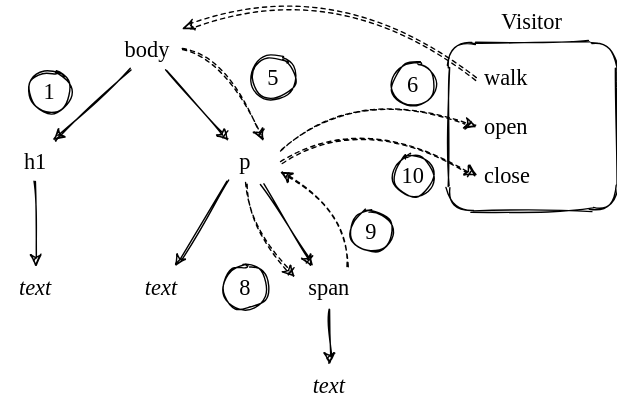
Earlier version of the draw.io export en/docs/page-templates/visitor.svg (gvwilson/sdxjs). Source tidied: cells renumbered, new cells last; positions are measured from the earlier drawing's top-left corner, leaving out a move shared by most shapes. Its diagram source:
```xml
<mxGraphModel>
  <root>
    <mxCell id="0" />
    <mxCell id="1" parent="0" />
    <mxCell id="2" value="body" style="text;html=1;strokeColor=none;fillColor=none;align=center;verticalAlign=middle;whiteSpace=wrap;rounded=0;sketch=1;fontFamily=Comic Sans MS;fontSize=16;" parent="1" vertex="1">
      <mxGeometry x="80" y="40" width="50" height="30" as="geometry" />
    </mxCell>
    <mxCell id="3" value="h1" style="text;html=1;strokeColor=none;fillColor=none;align=center;verticalAlign=middle;whiteSpace=wrap;rounded=0;sketch=1;fontFamily=Comic Sans MS;fontSize=16;" parent="1" vertex="1">
      <mxGeometry y="120" width="50" height="30" as="geometry" />
    </mxCell>
    <mxCell id="4" value="p" style="text;html=1;strokeColor=none;fillColor=none;align=center;verticalAlign=middle;whiteSpace=wrap;rounded=0;sketch=1;fontFamily=Comic Sans MS;fontSize=16;" parent="1" vertex="1">
      <mxGeometry x="150" y="120" width="50" height="30" as="geometry" />
    </mxCell>
    <mxCell id="5" value="&lt;i&gt;text&lt;/i&gt;" style="text;html=1;strokeColor=none;fillColor=none;align=center;verticalAlign=middle;whiteSpace=wrap;rounded=0;sketch=1;fontFamily=Comic Sans MS;fontSize=16;" parent="1" vertex="1">
      <mxGeometry x="90" y="210" width="50" height="30" as="geometry" />
    </mxCell>
    <mxCell id="6" value="&lt;i&gt;text&lt;/i&gt;" style="text;html=1;strokeColor=none;fillColor=none;align=center;verticalAlign=middle;whiteSpace=wrap;rounded=0;sketch=1;fontFamily=Comic Sans MS;fontSize=16;" parent="1" vertex="1">
      <mxGeometry y="210" width="50" height="30" as="geometry" />
    </mxCell>
    <mxCell id="7" value="span" style="text;html=1;strokeColor=none;fillColor=none;align=center;verticalAlign=middle;whiteSpace=wrap;rounded=0;sketch=1;fontFamily=Comic Sans MS;fontSize=16;" parent="1" vertex="1">
      <mxGeometry x="210" y="210" width="50" height="30" as="geometry" />
    </mxCell>
    <mxCell id="8" value="&lt;i&gt;text&lt;/i&gt;" style="text;html=1;strokeColor=none;fillColor=none;align=center;verticalAlign=middle;whiteSpace=wrap;rounded=0;sketch=1;fontFamily=Comic Sans MS;fontSize=16;" parent="1" vertex="1">
      <mxGeometry x="210" y="280" width="50" height="30" as="geometry" />
    </mxCell>
    <mxCell id="9" style="endArrow=classic;html=1;fontFamily=Comic Sans MS;fontSize=16;exitX=0.25;exitY=1;exitDx=0;exitDy=0;entryX=0.75;entryY=0;entryDx=0;entryDy=0;sketch=1;" parent="1" edge="1" source="2" target="3">
      <mxGeometry relative="1" as="geometry" />
    </mxCell>
    <mxCell id="10" style="endArrow=classic;html=1;fontFamily=Comic Sans MS;fontSize=16;exitX=0.75;exitY=1;exitDx=0;exitDy=0;entryX=0.25;entryY=0;entryDx=0;entryDy=0;sketch=1;" parent="1" edge="1" source="2" target="4">
      <mxGeometry relative="1" as="geometry" />
    </mxCell>
    <mxCell id="11" style="endArrow=classic;html=1;fontFamily=Comic Sans MS;fontSize=16;exitX=0.5;exitY=1;exitDx=0;exitDy=0;sketch=1;" parent="1" edge="1" source="3" target="6">
      <mxGeometry relative="1" as="geometry" />
    </mxCell>
    <mxCell id="12" style="endArrow=classic;html=1;fontFamily=Comic Sans MS;fontSize=16;exitX=0.25;exitY=1;exitDx=0;exitDy=0;sketch=1;" parent="1" edge="1" source="4" target="5">
      <mxGeometry relative="1" as="geometry" />
    </mxCell>
    <mxCell id="13" style="endArrow=classic;html=1;fontFamily=Comic Sans MS;fontSize=16;exitX=0.75;exitY=1;exitDx=0;exitDy=0;entryX=0.25;entryY=0;entryDx=0;entryDy=0;sketch=1;" parent="1" edge="1" source="4" target="7">
      <mxGeometry relative="1" as="geometry" />
    </mxCell>
    <mxCell id="14" style="endArrow=classic;html=1;fontFamily=Comic Sans MS;fontSize=16;entryX=0.5;entryY=0;entryDx=0;entryDy=0;sketch=1;exitX=0.5;exitY=1;exitDx=0;exitDy=0;" parent="1" edge="1" source="7" target="8">
      <mxGeometry relative="1" as="geometry" />
    </mxCell>
    <mxCell id="15" style="rounded=1;whiteSpace=wrap;html=1;sketch=1;fillColor=none;fontFamily=Comic Sans MS;fontSize=16;align=left;" parent="1" vertex="1">
      <mxGeometry x="320" y="50" width="120" height="120" as="geometry" />
    </mxCell>
    <mxCell id="16" value="Visitor" style="text;html=1;strokeColor=none;fillColor=none;align=center;verticalAlign=middle;whiteSpace=wrap;rounded=0;sketch=1;fontFamily=Comic Sans MS;fontSize=16;" parent="1" vertex="1">
      <mxGeometry x="355" y="20" width="50" height="30" as="geometry" />
    </mxCell>
    <mxCell id="17" value="walk" style="text;html=1;strokeColor=none;fillColor=none;align=left;verticalAlign=middle;whiteSpace=wrap;rounded=0;sketch=1;fontFamily=Comic Sans MS;fontSize=16;spacingLeft=4;" parent="1" vertex="1">
      <mxGeometry x="340" y="60" width="50" height="30" as="geometry" />
    </mxCell>
    <mxCell id="18" value="open" style="text;html=1;strokeColor=none;fillColor=none;align=left;verticalAlign=middle;whiteSpace=wrap;rounded=0;sketch=1;fontFamily=Comic Sans MS;fontSize=16;spacingLeft=4;" parent="1" vertex="1">
      <mxGeometry x="340" y="95" width="50" height="30" as="geometry" />
    </mxCell>
    <mxCell id="19" value="close" style="text;html=1;strokeColor=none;fillColor=none;align=left;verticalAlign=middle;whiteSpace=wrap;rounded=0;sketch=1;fontFamily=Comic Sans MS;fontSize=16;spacingLeft=4;" parent="1" vertex="1">
      <mxGeometry x="340" y="130" width="50" height="30" as="geometry" />
    </mxCell>
    <mxCell id="20" style="curved=1;endArrow=classic;html=1;fontFamily=Comic Sans MS;fontSize=16;exitX=0;exitY=0.5;exitDx=0;exitDy=0;entryX=1;entryY=0;entryDx=0;entryDy=0;dashed=1;sketch=1;" parent="1" edge="1" source="17" target="2">
      <mxGeometry relative="1" as="geometry">
        <Array as="points">
          <mxPoint x="240" />
        </Array>
      </mxGeometry>
    </mxCell>
    <mxCell id="21" style="curved=1;endArrow=classic;html=1;fontFamily=Comic Sans MS;fontSize=16;exitX=1;exitY=0.5;exitDx=0;exitDy=0;entryX=0.75;entryY=0;entryDx=0;entryDy=0;dashed=1;sketch=1;" parent="1" edge="1" source="2" target="4">
      <mxGeometry relative="1" as="geometry">
        <Array as="points">
          <mxPoint x="160" y="60" />
        </Array>
      </mxGeometry>
    </mxCell>
    <mxCell id="22" style="curved=1;endArrow=classic;html=1;fontFamily=Comic Sans MS;fontSize=16;exitX=0.5;exitY=1;exitDx=0;exitDy=0;dashed=1;sketch=1;entryX=0;entryY=0.25;entryDx=0;entryDy=0;" parent="1" edge="1" source="4" target="7">
      <mxGeometry relative="1" as="geometry">
        <Array as="points">
          <mxPoint x="175" y="180" />
        </Array>
      </mxGeometry>
    </mxCell>
    <mxCell id="23" style="curved=1;endArrow=classic;html=1;fontFamily=Comic Sans MS;fontSize=16;exitX=1;exitY=0.25;exitDx=0;exitDy=0;entryX=0;entryY=0.5;entryDx=0;entryDy=0;dashed=1;sketch=1;" parent="1" edge="1" source="4" target="18">
      <mxGeometry relative="1" as="geometry">
        <Array as="points">
          <mxPoint x="250" y="80" />
        </Array>
      </mxGeometry>
    </mxCell>
    <mxCell id="24" style="curved=1;endArrow=classic;html=1;fontFamily=Comic Sans MS;fontSize=16;exitX=0.75;exitY=0;exitDx=0;exitDy=0;dashed=1;sketch=1;entryX=1;entryY=0.75;entryDx=0;entryDy=0;" parent="1" edge="1" source="7" target="4">
      <mxGeometry relative="1" as="geometry">
        <Array as="points">
          <mxPoint x="250" y="170" />
        </Array>
      </mxGeometry>
    </mxCell>
    <mxCell id="25" style="curved=1;endArrow=classic;html=1;fontFamily=Comic Sans MS;fontSize=16;exitX=1;exitY=0.5;exitDx=0;exitDy=0;entryX=0;entryY=0.5;entryDx=0;entryDy=0;dashed=1;sketch=1;" parent="1" edge="1" source="4" target="19">
      <mxGeometry relative="1" as="geometry">
        <Array as="points">
          <mxPoint x="260" y="100" />
        </Array>
      </mxGeometry>
    </mxCell>
    <mxCell id="26" value="5" style="ellipse;whiteSpace=wrap;html=1;sketch=1;fillColor=none;fontFamily=Comic Sans MS;fontSize=16;align=center;" parent="1" vertex="1">
      <mxGeometry x="180" y="60" width="30" height="30" as="geometry" />
    </mxCell>
    <mxCell id="27" value="6" style="ellipse;whiteSpace=wrap;html=1;sketch=1;fillColor=none;fontFamily=Comic Sans MS;fontSize=16;align=center;" parent="1" vertex="1">
      <mxGeometry x="280" y="65" width="30" height="30" as="geometry" />
    </mxCell>
    <mxCell id="28" value="8" style="ellipse;whiteSpace=wrap;html=1;sketch=1;fillColor=none;fontFamily=Comic Sans MS;fontSize=16;align=center;" parent="1" vertex="1">
      <mxGeometry x="160" y="210" width="30" height="30" as="geometry" />
    </mxCell>
    <mxCell id="29" value="9" style="ellipse;whiteSpace=wrap;html=1;sketch=1;fillColor=none;fontFamily=Comic Sans MS;fontSize=16;align=center;" parent="1" vertex="1">
      <mxGeometry x="250" y="170" width="30" height="30" as="geometry" />
    </mxCell>
    <mxCell id="30" value="10" style="ellipse;whiteSpace=wrap;html=1;sketch=1;fillColor=none;fontFamily=Comic Sans MS;fontSize=16;align=center;" parent="1" vertex="1">
      <mxGeometry x="280" y="130" width="30" height="30" as="geometry" />
    </mxCell>
    <mxCell id="31" value="1" style="ellipse;whiteSpace=wrap;html=1;sketch=1;fillColor=none;fontFamily=Comic Sans MS;fontSize=16;align=center;" parent="1" vertex="1">
      <mxGeometry x="20" y="70" width="30" height="30" as="geometry" />
    </mxCell>
  </root>
</mxGraphModel>
```
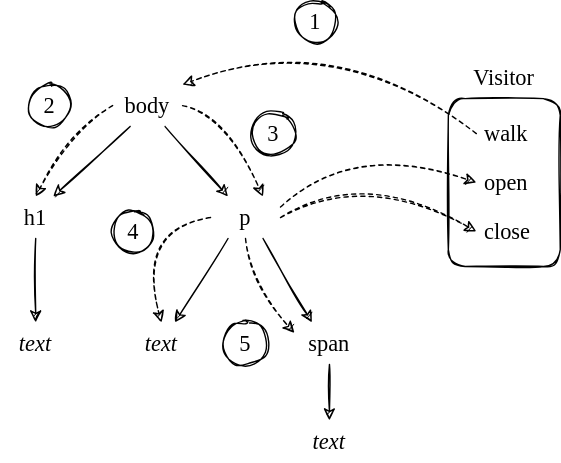
The same file after the commit.

Commit message:
fix: simplify diagram of Visitor pattern

Diff of the diagram source:
```diff
@@ -42,10 +42,10 @@
       <mxGeometry relative="1" as="geometry" />
     </mxCell>
     <mxCell id="15" style="rounded=1;whiteSpace=wrap;html=1;sketch=1;fillColor=none;fontFamily=Comic Sans MS;fontSize=16;align=left;" parent="1" vertex="1">
-      <mxGeometry x="320" y="50" width="120" height="120" as="geometry" />
+      <mxGeometry x="320" y="50" width="80" height="120" as="geometry" />
     </mxCell>
     <mxCell id="16" value="Visitor" style="text;html=1;strokeColor=none;fillColor=none;align=center;verticalAlign=middle;whiteSpace=wrap;rounded=0;sketch=1;fontFamily=Comic Sans MS;fontSize=16;" parent="1" vertex="1">
-      <mxGeometry x="355" y="20" width="50" height="30" as="geometry" />
+      <mxGeometry x="335" y="20" width="50" height="30" as="geometry" />
     </mxCell>
     <mxCell id="17" value="walk" style="text;html=1;strokeColor=none;fillColor=none;align=left;verticalAlign=middle;whiteSpace=wrap;rounded=0;sketch=1;fontFamily=Comic Sans MS;fontSize=16;spacingLeft=4;" parent="1" vertex="1">
       <mxGeometry x="340" y="60" width="50" height="30" as="geometry" />
@@ -84,13 +84,6 @@
         </Array>
       </mxGeometry>
     </mxCell>
-    <mxCell id="24" style="curved=1;endArrow=classic;html=1;fontFamily=Comic Sans MS;fontSize=16;exitX=0.75;exitY=0;exitDx=0;exitDy=0;dashed=1;sketch=1;entryX=1;entryY=0.75;entryDx=0;entryDy=0;" parent="1" edge="1" source="7" target="4">
-      <mxGeometry relative="1" as="geometry">
-        <Array as="points">
-          <mxPoint x="250" y="170" />
-        </Array>
-      </mxGeometry>
-    </mxCell>
     <mxCell id="25" style="curved=1;endArrow=classic;html=1;fontFamily=Comic Sans MS;fontSize=16;exitX=1;exitY=0.5;exitDx=0;exitDy=0;entryX=0;entryY=0.5;entryDx=0;entryDy=0;dashed=1;sketch=1;" parent="1" edge="1" source="4" target="19">
       <mxGeometry relative="1" as="geometry">
         <Array as="points">
@@ -98,23 +91,34 @@
         </Array>
       </mxGeometry>
     </mxCell>
-    <mxCell id="26" value="5" style="ellipse;whiteSpace=wrap;html=1;sketch=1;fillColor=none;fontFamily=Comic Sans MS;fontSize=16;align=center;" parent="1" vertex="1">
+    <mxCell id="26" value="3" style="ellipse;whiteSpace=wrap;html=1;sketch=1;fillColor=none;fontFamily=Comic Sans MS;fontSize=16;align=center;" parent="1" vertex="1">
       <mxGeometry x="180" y="60" width="30" height="30" as="geometry" />
     </mxCell>
-    <mxCell id="27" value="6" style="ellipse;whiteSpace=wrap;html=1;sketch=1;fillColor=none;fontFamily=Comic Sans MS;fontSize=16;align=center;" parent="1" vertex="1">
-      <mxGeometry x="280" y="65" width="30" height="30" as="geometry" />
-    </mxCell>
-    <mxCell id="28" value="8" style="ellipse;whiteSpace=wrap;html=1;sketch=1;fillColor=none;fontFamily=Comic Sans MS;fontSize=16;align=center;" parent="1" vertex="1">
+    <mxCell id="28" value="5" style="ellipse;whiteSpace=wrap;html=1;sketch=1;fillColor=none;fontFamily=Comic Sans MS;fontSize=16;align=center;" parent="1" vertex="1">
       <mxGeometry x="160" y="210" width="30" height="30" as="geometry" />
     </mxCell>
-    <mxCell id="29" value="9" style="ellipse;whiteSpace=wrap;html=1;sketch=1;fillColor=none;fontFamily=Comic Sans MS;fontSize=16;align=center;" parent="1" vertex="1">
-      <mxGeometry x="250" y="170" width="30" height="30" as="geometry" />
-    </mxCell>
-    <mxCell id="30" value="10" style="ellipse;whiteSpace=wrap;html=1;sketch=1;fillColor=none;fontFamily=Comic Sans MS;fontSize=16;align=center;" parent="1" vertex="1">
-      <mxGeometry x="280" y="130" width="30" height="30" as="geometry" />
-    </mxCell>
     <mxCell id="31" value="1" style="ellipse;whiteSpace=wrap;html=1;sketch=1;fillColor=none;fontFamily=Comic Sans MS;fontSize=16;align=center;" parent="1" vertex="1">
-      <mxGeometry x="20" y="70" width="30" height="30" as="geometry" />
+      <mxGeometry x="210" y="-20" width="30" height="30" as="geometry" />
     </mxCell>
+    <mxCell id="32" style="curved=1;endArrow=classic;html=1;fontFamily=Comic Sans MS;fontSize=16;exitX=0;exitY=0.5;exitDx=0;exitDy=0;entryX=0.5;entryY=0;entryDx=0;entryDy=0;dashed=1;sketch=1;" parent="1" edge="1" source="2" target="3">
+      <mxGeometry relative="1" as="geometry">
+        <Array as="points">
+          <mxPoint x="51" y="70" />
+        </Array>
+      </mxGeometry>
+    </mxCell>
+    <mxCell id="33" value="2" style="ellipse;whiteSpace=wrap;html=1;sketch=1;fillColor=none;fontFamily=Comic Sans MS;fontSize=16;align=center;" parent="1" vertex="1">
+      <mxGeometry x="20" y="40" width="30" height="30" as="geometry" />
+    </mxCell>
+    <mxCell id="34" style="curved=1;endArrow=classic;html=1;fontFamily=Comic Sans MS;fontSize=16;exitX=0;exitY=0.5;exitDx=0;exitDy=0;entryX=0.5;entryY=0;entryDx=0;entryDy=0;dashed=1;sketch=1;" parent="1" edge="1" source="4" target="5">
+      <mxGeometry relative="1" as="geometry">
+        <Array as="points">
+          <mxPoint x="96" y="145" />
+        </Array>
+      </mxGeometry>
+    </mxCell>
+    <mxCell id="35" value="4" style="ellipse;whiteSpace=wrap;html=1;sketch=1;fillColor=none;fontFamily=Comic Sans MS;fontSize=16;align=center;" parent="1" vertex="1">
+      <mxGeometry x="80" y="130" width="30" height="30" as="geometry" />
+    </mxCell>
   </root>
 </mxGraphModel>
```
